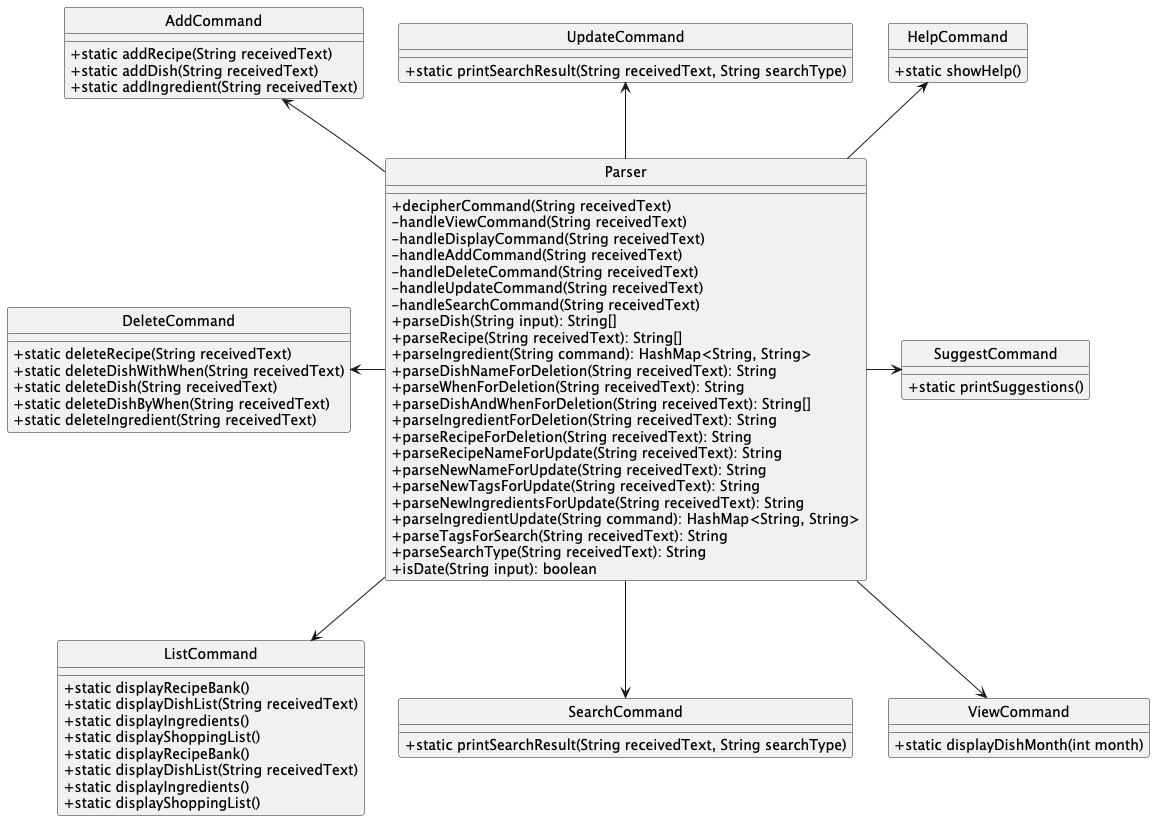
Before: docs/images/Parser.png, a diagram exported from PlantUML (whalesyong/tp).
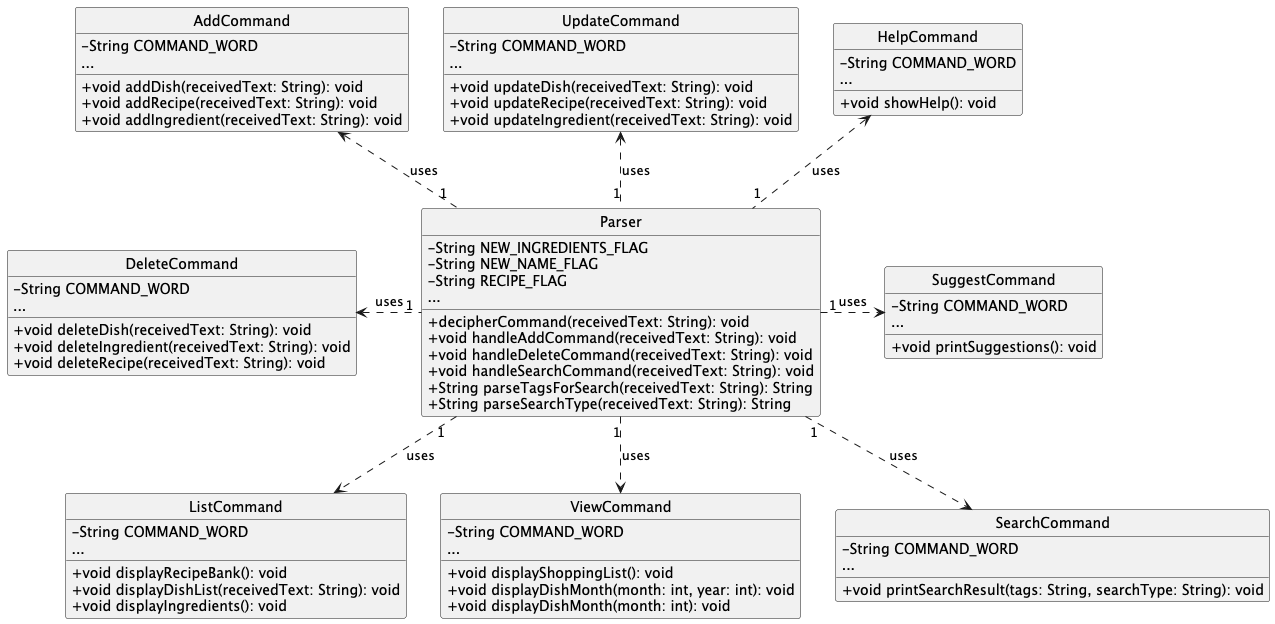
The same file after the commit.

Commit message:
Updated DG and diagrams Minor refactoring in parser

Change to the diagram source:
```diff
@@ -4,87 +4,84 @@
 skinparam classAttributeIconSize 0
 
 class Parser {
-+ decipherCommand(String receivedText)
-- handleViewCommand(String receivedText)
-- handleDisplayCommand(String receivedText)
-- handleAddCommand(String receivedText)
-- handleDeleteCommand(String receivedText)
-- handleUpdateCommand(String receivedText)
-- handleSearchCommand(String receivedText)
-+ parseDish(String input): String[]
-+ parseRecipe(String receivedText): String[]
-+ parseIngredient(String command): HashMap<String, String>
-+ parseDishNameForDeletion(String receivedText): String
-+ parseWhenForDeletion(String receivedText): String
-+ parseDishAndWhenForDeletion(String receivedText): String[]
-+ parseIngredientForDeletion(String receivedText): String
-+ parseRecipeForDeletion(String receivedText): String
-+ parseRecipeNameForUpdate(String receivedText): String
-+ parseNewNameForUpdate(String receivedText): String
-+ parseNewTagsForUpdate(String receivedText): String
-+ parseNewIngredientsForUpdate(String receivedText): String
-+ parseIngredientUpdate(String command): HashMap<String, String>
-+ parseTagsForSearch(String receivedText): String
-+ parseSearchType(String receivedText): String
-+ isDate(String input): boolean
+    - String NEW_INGREDIENTS_FLAG
+    - String NEW_NAME_FLAG
+    - String RECIPE_FLAG
+    + decipherCommand(receivedText: String): void
+    + void handleAddCommand(receivedText: String): void
+    + void handleDeleteCommand(receivedText: String): void
+    + void handleSearchCommand(receivedText: String): void
+    + String parseTagsForSearch(receivedText: String): String
+    + String parseSearchType(receivedText: String): String
+    ...
+}
+
+class ListCommand {
+    - String COMMAND_WORD
+    + void displayRecipeBank(): void
+    + void displayDishList(receivedText: String): void
+    + void displayIngredients(): void
+    ...
 }
 
 class AddCommand {
-+ static addRecipe(String receivedText)
-+ static addDish(String receivedText)
-+ static addIngredient(String receivedText)
+    - String COMMAND_WORD
+    + void addDish(receivedText: String): void
+    + void addRecipe(receivedText: String): void
+    + void addIngredient(receivedText: String): void
+    ...
 }
 
 class DeleteCommand {
-+ static deleteRecipe(String receivedText)
-+ static deleteDishWithWhen(String receivedText)
-+ static deleteDish(String receivedText)
-+ static deleteDishByWhen(String receivedText)
-+ static deleteIngredient(String receivedText)
+    - String COMMAND_WORD
+    + void deleteDish(receivedText: String): void
+    + void deleteIngredient(receivedText: String): void
+    + void deleteRecipe(receivedText: String): void
+    ...
 }
 
-class ListCommand {
-+ static displayRecipeBank()
-+ static displayDishList(String receivedText)
-+ static displayIngredients()
-+ static displayShoppingList()
+class UpdateCommand {
+    - String COMMAND_WORD
+    + void updateDish(receivedText: String): void
+    + void updateRecipe(receivedText: String): void
+    + void updateIngredient(receivedText: String): void
+    ...
 }
 
-class ListCommand {
-+ static displayRecipeBank()
-+ static displayDishList(String receivedText)
-+ static displayIngredients()
-+ static displayShoppingList()
+class ViewCommand {
+    - String COMMAND_WORD
+    + void displayShoppingList(): void
+    + void displayDishMonth(month: int, year: int): void
+    + void displayDishMonth(month: int): void
+    ...
 }
 
 class HelpCommand {
-+ static showHelp()
+    - String COMMAND_WORD
+    + void showHelp(): void
+    ...
 }
 
 class SuggestCommand {
-+ static printSuggestions()
+    - String COMMAND_WORD
+    + void printSuggestions(): void
+    ...
 }
 
 class SearchCommand {
-+ static printSearchResult(String receivedText, String searchType)
+    - String COMMAND_WORD
+    + void printSearchResult(tags: String, searchType: String): void
+    ...
 }
 
-class UpdateCommand {
-+ static printSearchResult(String receivedText, String searchType)
-}
-
-class ViewCommand {
-+ static displayDishMonth(int month)
-}
-
-Parser -up-> HelpCommand
-Parser -up-> UpdateCommand
-Parser -up-> AddCommand
-DeleteCommand <- Parser
-Parser --> ListCommand
-Parser -> SuggestCommand
-Parser --> SearchCommand
-Parser --> ViewCommand
+Parser "1" .up.> HelpCommand : "uses"
+Parser "1" .up.> UpdateCommand : "uses"
+Parser "1" .up.> AddCommand : "uses"
+DeleteCommand <. "1" Parser : "uses"
+Parser "1" ..> ListCommand : "uses"
+Parser "1" .> SuggestCommand : "uses"
+Parser "1" ..> SearchCommand : "uses"
+Parser "1" ..> ViewCommand : "uses"
 
 
 @enduml
```
